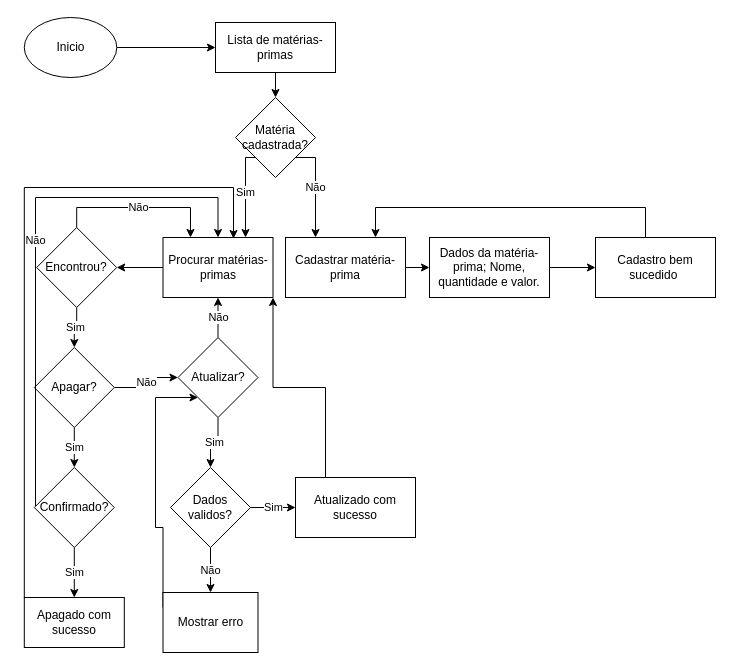
The draw.io diagram page "Página-3" (3 of 6) of doc/fluxograma.drawio in D3ise/fluxograma, before the edit. Source tidied: cells renumbered, new cells numbered last; positions are measured from the earlier drawing's top-left corner, leaving out a move shared by most shapes. Both pictures are drawn from the tidied source at 100%, with x=0, y=0 at pixel (24, 17).
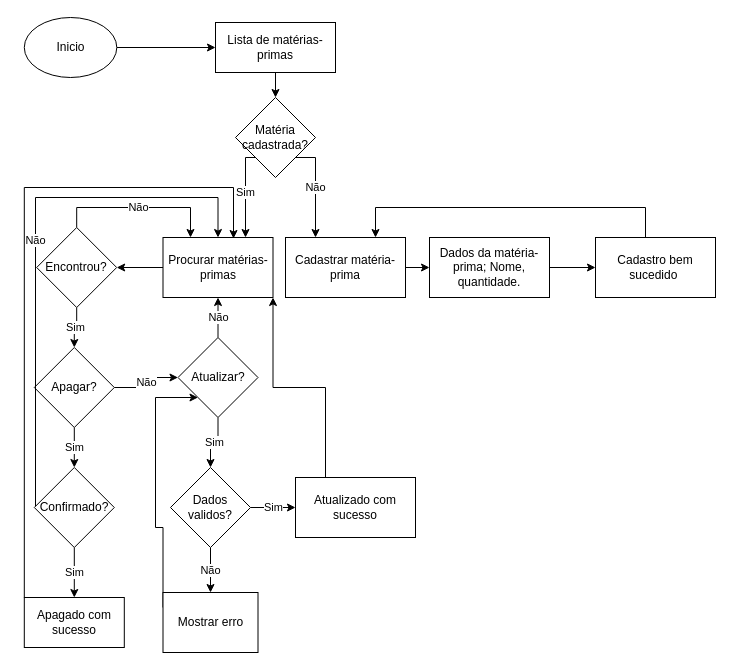
The same diagram, later.

The edit, as a diff of the source:
```diff
@@
-    <mxCell id="8" value="Dados da matéria-prima; Nome, quantidade e valor." style="rounded=0;whiteSpace=wrap;html=1;" parent="1" vertex="1">
+    <mxCell id="8" value="Dados da matéria-prima; Nome, quantidade." style="rounded=0;whiteSpace=wrap;html=1;" parent="1" vertex="1">
       <mxGeometry x="405" y="220" width="120" height="60" as="geometry" />
     </mxCell>
```
